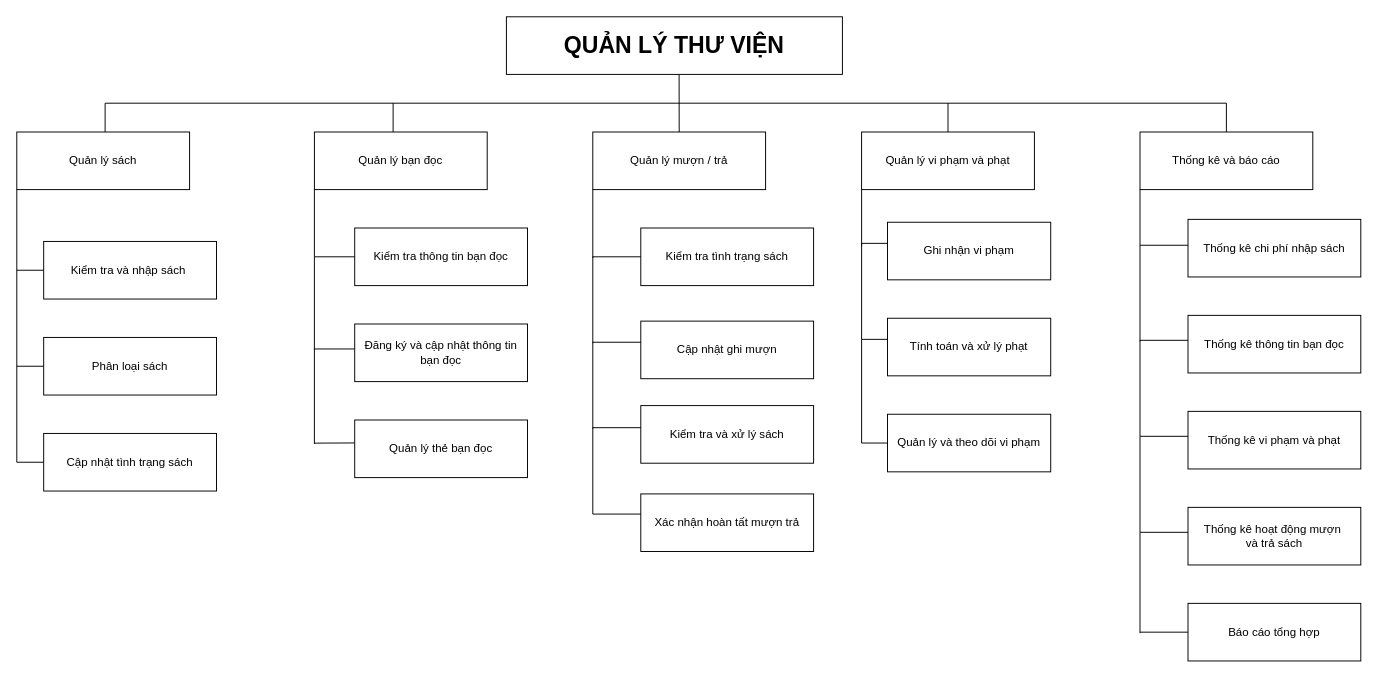
Nguyenquynh235/DoAnNhom1 keeps this draw.io diagram as page "Phân cấp chức năng" (1 of 9) of Nhóm 1.drawio. Above is the earlier version. Source tidied: cells renumbered, new cells numbered last; positions are measured from the earlier drawing's top-left corner, leaving out a move shared by most shapes. Both pictures are drawn from the tidied source at 96%, with x=0, y=0 at pixel (16, 16).
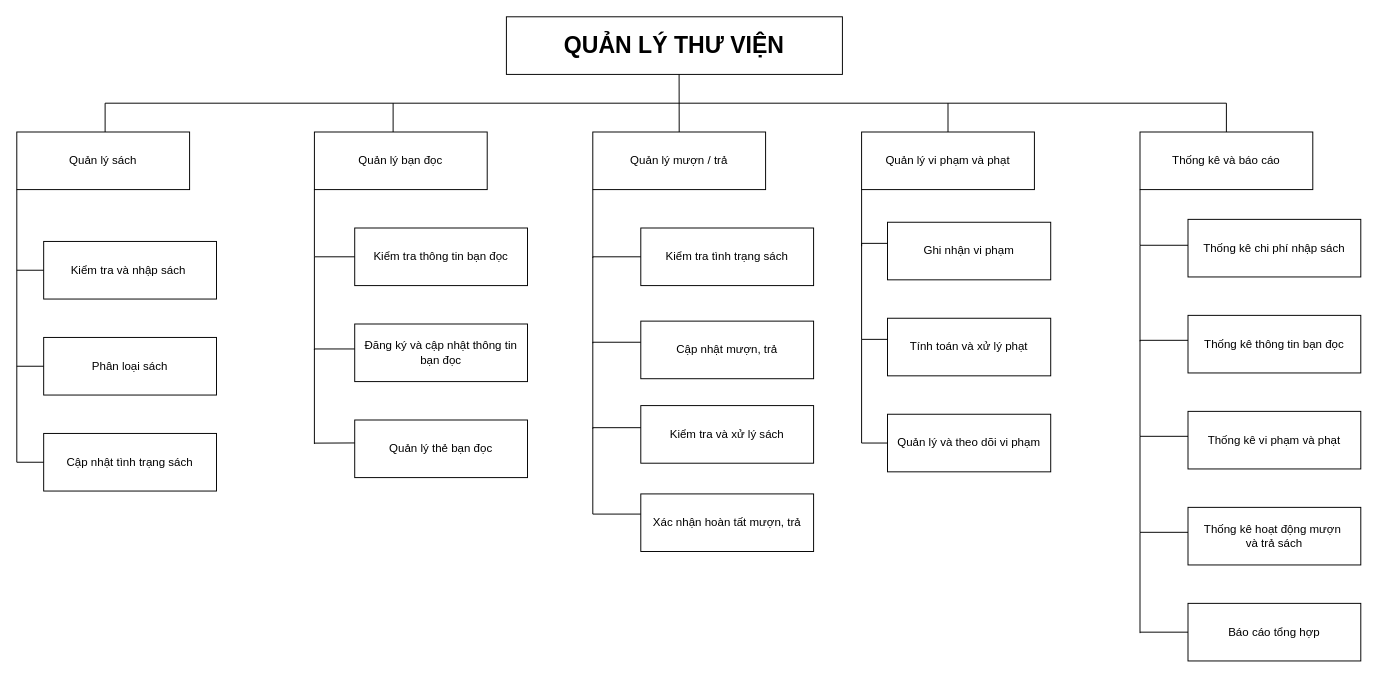
The same diagram, later.

Commit message (it also covers changes not shown here):
Cập nhật Nhóm 1.drawio

Change to the diagram source:
```diff
@@
-    <mxCell id="14" value="Cập nhật ghi mượn" style="rounded=0;whiteSpace=wrap;html=1;" parent="1" vertex="1">
+    <mxCell id="14" value="Cập nhật mượn, trả" style="rounded=0;whiteSpace=wrap;html=1;" parent="1" vertex="1">
       <mxGeometry x="650" y="317" width="180" height="60" as="geometry" />
     </mxCell>
@@
-    <mxCell id="25" value="Xác nhận hoàn tất mượn trả" style="rounded=0;whiteSpace=wrap;html=1;" parent="1" vertex="1">
+    <mxCell id="25" value="Xác nhận hoàn tất mượn, trả" style="rounded=0;whiteSpace=wrap;html=1;" parent="1" vertex="1">
       <mxGeometry x="650" y="497" width="180" height="60" as="geometry" />
     </mxCell>
```
